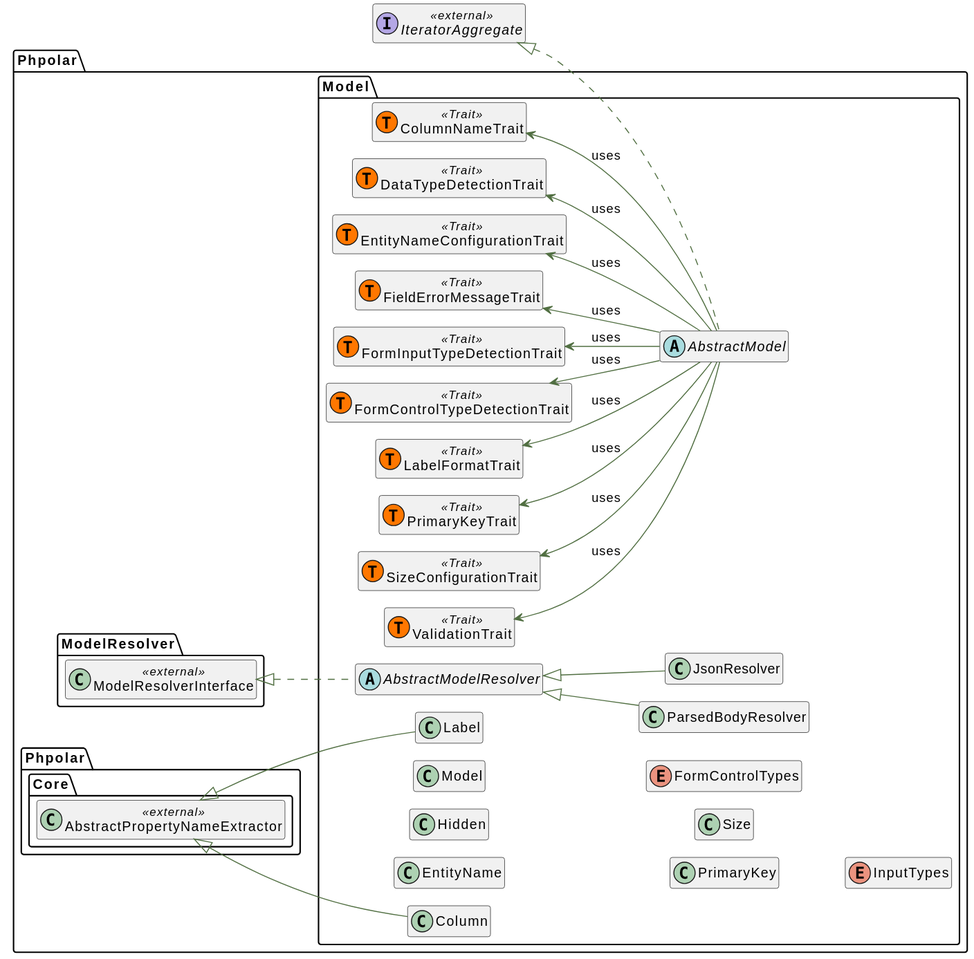
Earlier version of the PlantUML export docs/graphs/classes.svg (phpolar/model).
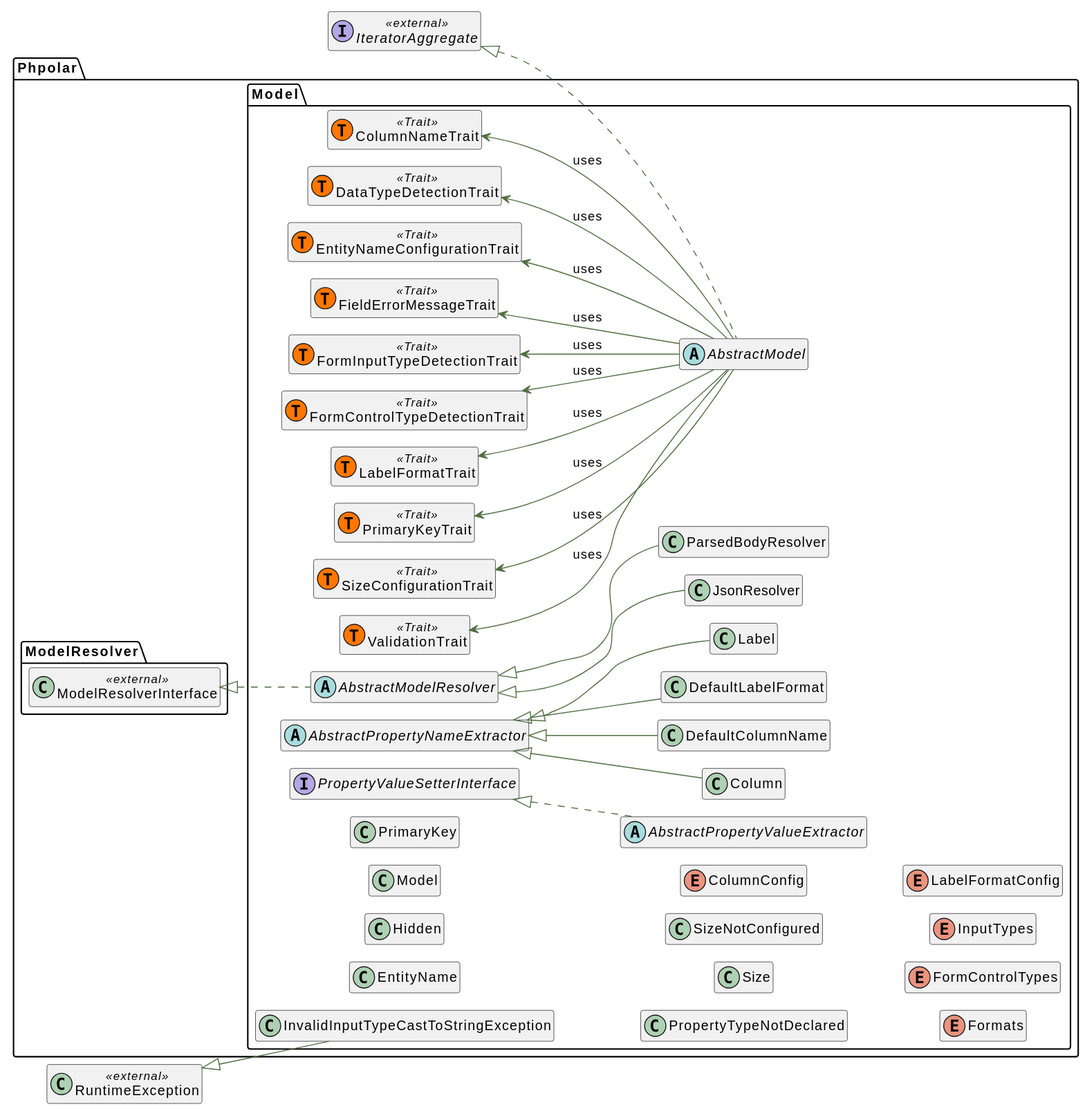
The same file after the commit.

What changed in the source:
```diff
@@ -77,12 +77,28 @@
     abstract  class "AbstractModelResolver" as AbstractModelResolver__class    implements \\Phpolar\\ModelResolver\\ModelResolverInterface__class {
     }
 }
-namespace Phpolar\\Phpolar\\Core {
-    class "AbstractPropertyNameExtractor" as AbstractPropertyNameExtractor__class << external >>{
+namespace Phpolar\\Model {
+    abstract  class "AbstractPropertyNameExtractor" as AbstractPropertyNameExtractor__class    {
     }
 }
 namespace Phpolar\\Model {
-     class "Column" as Column__class   extends \\Phpolar\\Phpolar\\Core\\AbstractPropertyNameExtractor__class  {
+    interface "PropertyValueSetterInterface" as PropertyValueSetterInterface__interface  {
+    }
+}
+namespace Phpolar\\Model {
+    abstract  class "AbstractPropertyValueExtractor" as AbstractPropertyValueExtractor__class    implements \\Phpolar\\Model\\PropertyValueSetterInterface__interface {
+    }
+}
+namespace Phpolar\\Model {
+     class "Column" as Column__class   extends \\Phpolar\\Model\\AbstractPropertyNameExtractor__class  {
+    }
+}
+namespace Phpolar\\Model {
+     class "DefaultColumnName" as DefaultColumnName__class   extends \\Phpolar\\Model\\AbstractPropertyNameExtractor__class  {
+    }
+}
+namespace Phpolar\\Model {
+     class "DefaultLabelFormat" as DefaultLabelFormat__class   extends \\Phpolar\\Model\\AbstractPropertyNameExtractor__class  {
     }
 }
 namespace Phpolar\\Model {
@@ -93,12 +109,18 @@
      class "Hidden" as Hidden__class    {
     }
 }
+class "RuntimeException" as RuntimeException__class << external >>{
+}
+namespace Phpolar\\Model {
+     class "InvalidInputTypeCastToStringException" as InvalidInputTypeCastToStringException__class   extends \\RuntimeException__class  {
+    }
+}
 namespace Phpolar\\Model {
      class "JsonResolver" as JsonResolver__class   extends \\Phpolar\\Model\\AbstractModelResolver__class  {
     }
 }
 namespace Phpolar\\Model {
-     class "Label" as Label__class   extends \\Phpolar\\Phpolar\\Core\\AbstractPropertyNameExtractor__class  {
+     class "Label" as Label__class   extends \\Phpolar\\Model\\AbstractPropertyNameExtractor__class  {
     }
 }
 namespace Phpolar\\Model {
@@ -114,7 +136,23 @@
     }
 }
 namespace Phpolar\\Model {
+     class "PropertyTypeNotDeclared" as PropertyTypeNotDeclared__class    {
+    }
+}
+namespace Phpolar\\Model {
      class "Size" as Size__class    {
+    }
+}
+namespace Phpolar\\Model {
+     class "SizeNotConfigured" as SizeNotConfigured__class    {
+    }
+}
+namespace Phpolar\\Model {
+    enum "ColumnConfig" as ColumnConfig__enum {
+    }
+}
+namespace Phpolar\\Model {
+    enum "Formats" as Formats__enum {
     }
 }
 namespace Phpolar\\Model {
@@ -125,4 +163,8 @@
     enum "InputTypes" as InputTypes__enum {
     }
 }
+namespace Phpolar\\Model {
+    enum "LabelFormatConfig" as LabelFormatConfig__enum {
+    }
+}
 @enduml
```
